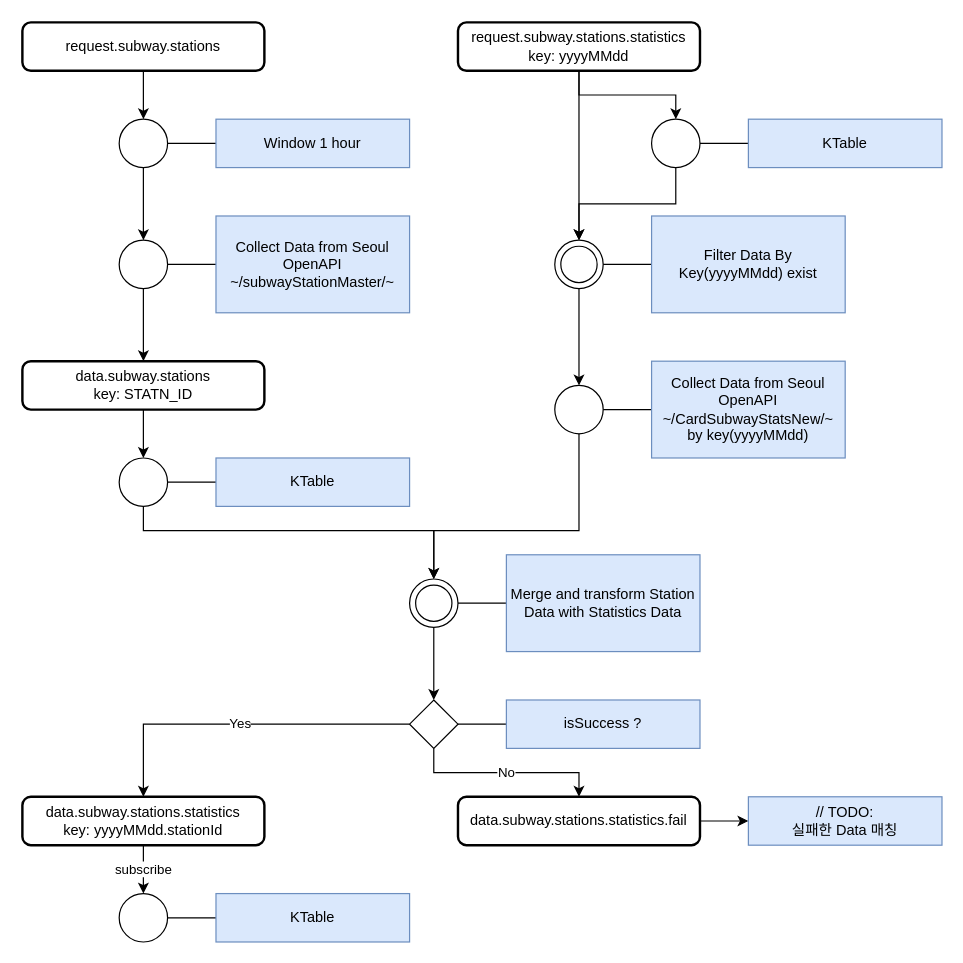
The draw.io diagram subway/subwayTopology.drawio in p-bear/charts.draw.io, before the edit. Source tidied: cells renumbered, new cells numbered last; positions are measured from the earlier drawing's top-left corner, leaving out a move shared by most shapes. Both pictures are drawn from the tidied source at 121%, with x=0, y=0 at pixel (22, 22).
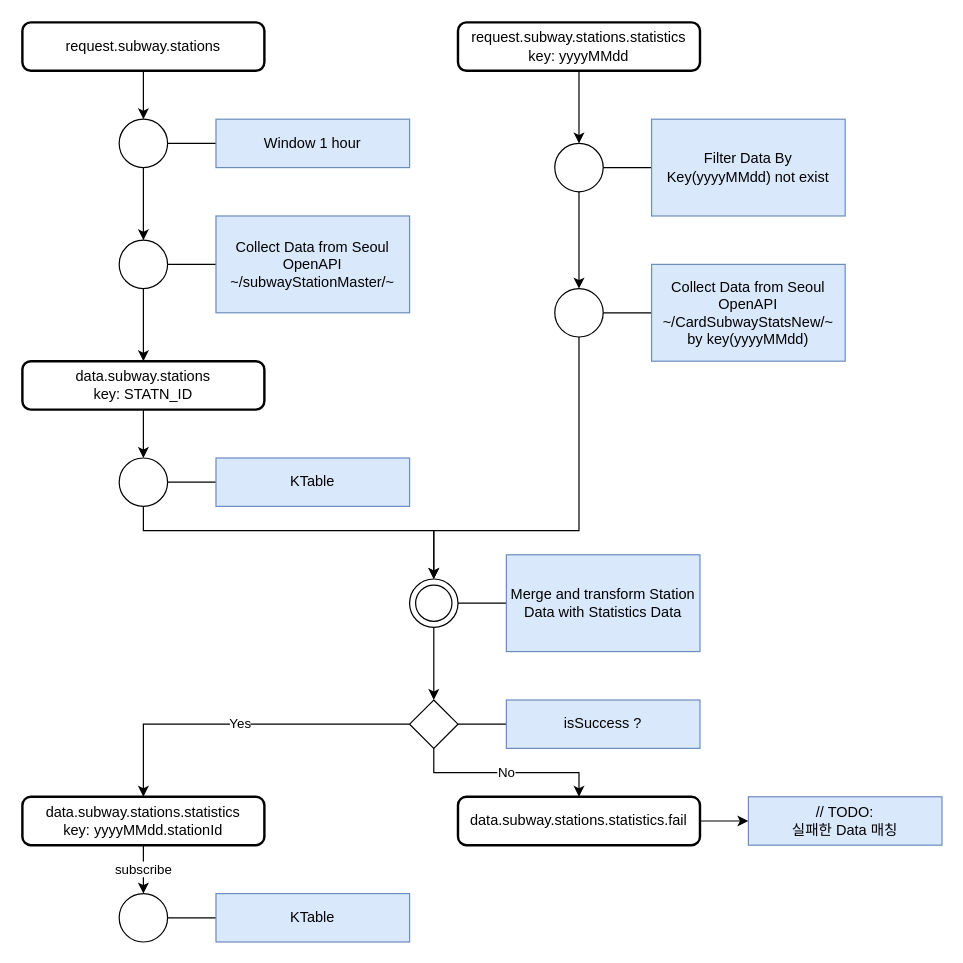
The same diagram, later.

The change refers to these unchanged cells:
```xml
<mxCell id="13" value="&lt;div&gt;&lt;span style=&quot;background-color: initial;&quot;&gt;request.subway.stations.statistics&lt;/span&gt;&lt;br&gt;&lt;/div&gt;&lt;div&gt;&lt;span style=&quot;background-color: initial;&quot;&gt;key: yyyyMMdd&lt;/span&gt;&lt;/div&gt;" style="rounded=1;whiteSpace=wrap;html=1;absoluteArcSize=1;arcSize=14;strokeWidth=2;" parent="1" vertex="1">
  <mxGeometry x="360" width="200" height="40" as="geometry" />
</mxCell>
<mxCell id="25" style="shape=ellipse;html=1;dashed=0;whiteSpace=wrap;perimeter=ellipsePerimeter;" parent="24" vertex="1">
  <mxGeometry y="20" width="40" height="40" as="geometry" />
</mxCell>
```

Change to the diagram source:
```diff
@@
-    <mxCell id="11" style="edgeStyle=orthogonalEdgeStyle;rounded=0;jettySize=auto;html=1;entryX=0.5;entryY=0;entryDx=0;entryDy=0;" parent="1" edge="1" source="13" target="21">
-      <mxGeometry relative="1" as="geometry" />
-    </mxCell>
@@
     <mxCell id="14" style="group;" parent="1" vertex="1">
-      <mxGeometry x="440" y="280" width="240" height="80" as="geometry" />
+      <mxGeometry x="440" y="200" width="240" height="80" as="geometry" />
     </mxCell>
@@
-    <mxCell id="18" style="edgeStyle=orthogonalEdgeStyle;rounded=0;jettySize=auto;html=1;entryX=0.5;entryY=0;entryDx=0;entryDy=0;exitX=0.5;exitY=1;exitDx=0;exitDy=0;" parent="1" edge="1" source="21" target="25">
-      <mxGeometry relative="1" as="geometry" />
-    </mxCell>
@@
-    <mxCell id="20" style="group;" parent="1" vertex="1">
-      <mxGeometry x="520" y="80" width="240" height="40" as="geometry" />
-    </mxCell>
-    <mxCell id="21" style="shape=ellipse;html=1;dashed=0;whiteSpace=wrap;perimeter=ellipsePerimeter;" parent="20" vertex="1">
-      <mxGeometry width="40" height="40" as="geometry" />
-    </mxCell>
-    <mxCell id="22" style="edgeStyle=orthogonalEdgeStyle;rounded=0;jettySize=auto;html=1;exitX=0;exitY=0.5;exitDx=0;exitDy=0;entryX=1;entryY=0.5;entryDx=0;entryDy=0;endArrow=none;endFill=0;" parent="20" edge="1" source="23" target="21">
-      <mxGeometry relative="1" as="geometry" />
-    </mxCell>
-    <mxCell id="23" value="KTable" style="text;html=1;align=center;verticalAlign=middle;whiteSpace=wrap;rounded=0;fillColor=#dae8fc;strokeColor=#6c8ebf;" parent="20" vertex="1">
-      <mxGeometry x="80" width="160" height="40" as="geometry" />
-    </mxCell>
     <mxCell id="24" style="group;" parent="1" vertex="1">
-      <mxGeometry x="440" y="160" width="240" height="80" as="geometry" />
+      <mxGeometry x="440" y="80" width="240" height="80" as="geometry" />
     </mxCell>
@@
-    <mxCell id="27" value="Filter Data By Key(yyyyMMdd) exist" style="text;html=1;align=center;verticalAlign=middle;whiteSpace=wrap;rounded=0;fillColor=#dae8fc;strokeColor=#6c8ebf;" parent="24" vertex="1">
+    <mxCell id="27" value="Filter Data By Key(yyyyMMdd) not exist" style="text;html=1;align=center;verticalAlign=middle;whiteSpace=wrap;rounded=0;fillColor=#dae8fc;strokeColor=#6c8ebf;" parent="24" vertex="1">
       <mxGeometry x="80" width="160" height="80" as="geometry" />
     </mxCell>
-    <mxCell id="28" style="ellipse;whiteSpace=wrap;html=1;" parent="24" vertex="1">
-      <mxGeometry x="5" y="25" width="30" height="30" as="geometry" />
-    </mxCell>
```
